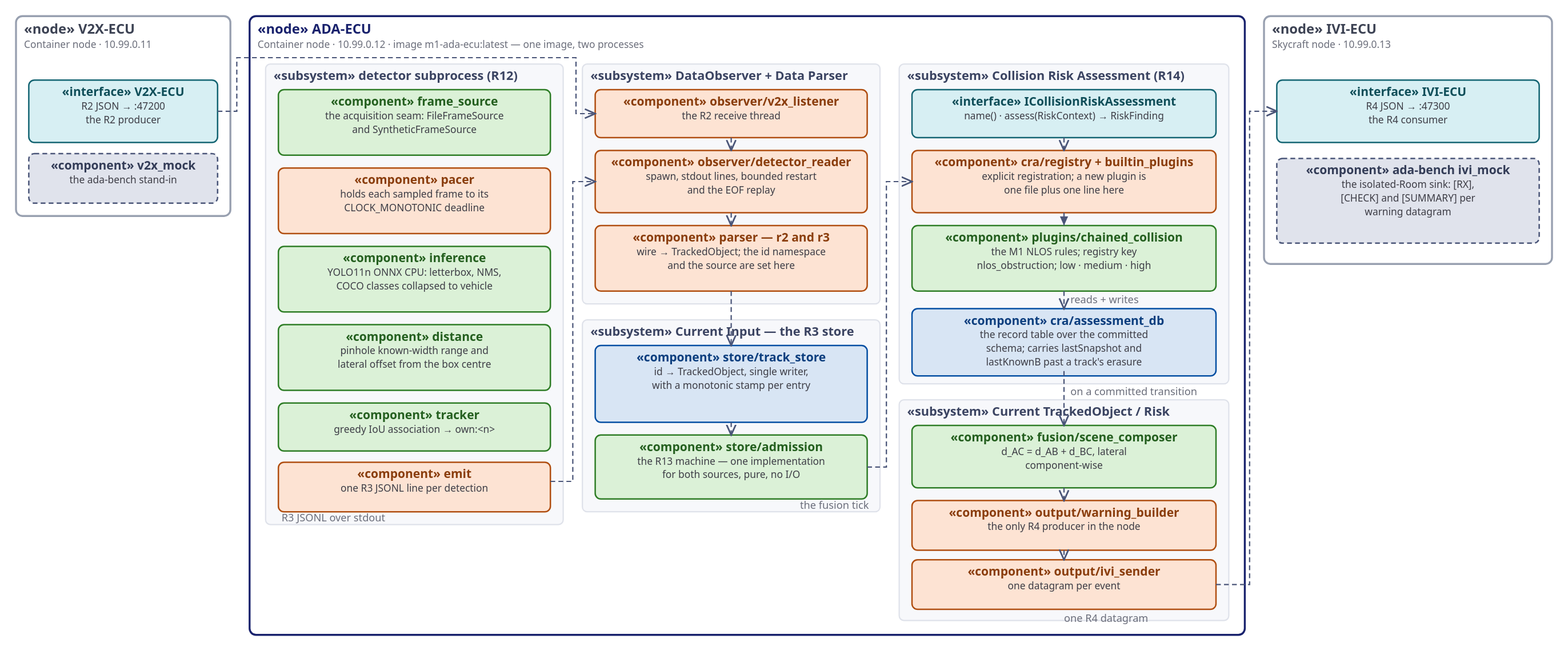
Above: presentation/assets/phase2-4-ada-arch-a.svg in mnpham2101/FPT-Hackathon2026 (draw.io), before the change. Source tidied: cells renumbered, new cells last; positions are measured from the earlier drawing's top-left corner, leaving out a move shared by most shapes.
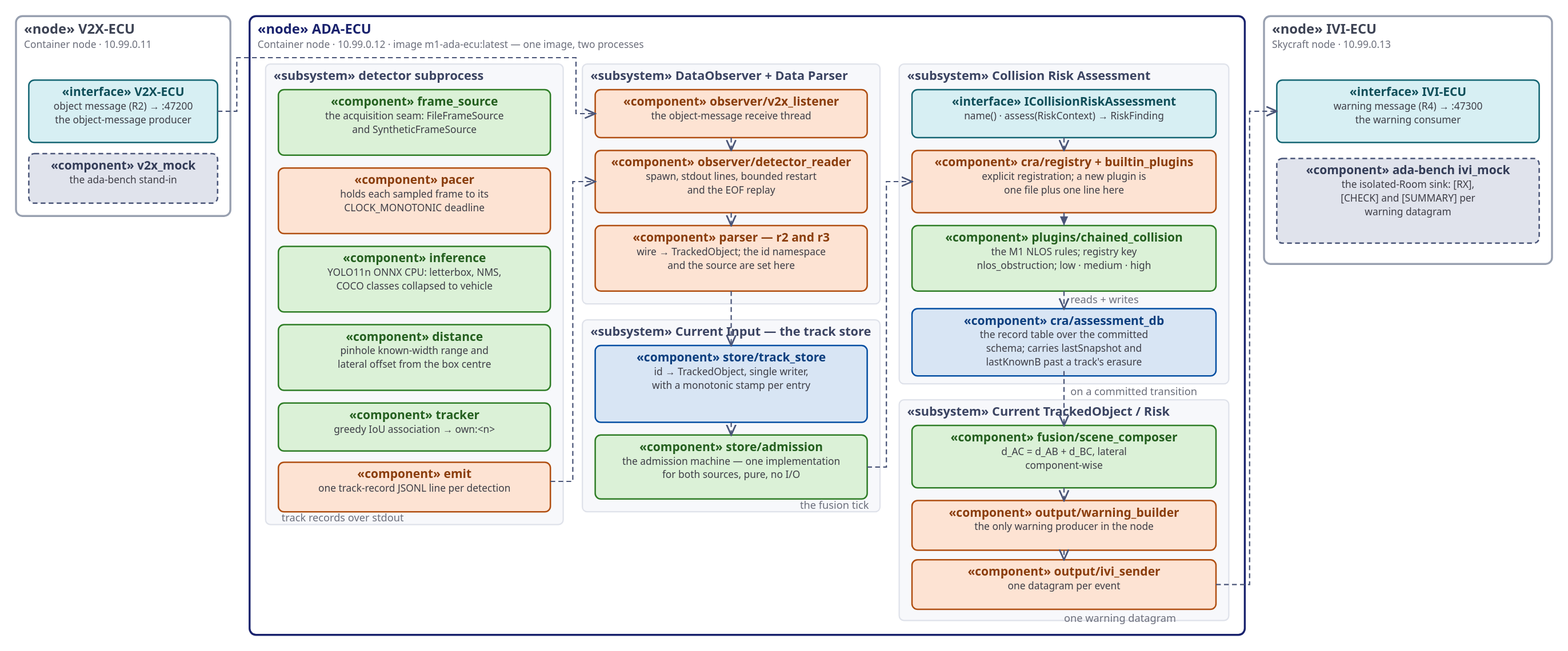
The same file after the commit.

What changed in the source:
```diff
@@ -5,7 +5,7 @@
     <mxCell id="2" value="«node» V2X-ECU&#10;Container node · 10.99.0.11" style="rounded=1;arcSize=2;html=1;fillColor=none;strokeColor=#98a0b0;strokeWidth=2.4;verticalAlign=top;align=left;spacingLeft=10;spacingTop=6;fontSize=17.0;fontStyle=1;fontColor=#3d4354;" parent="1" vertex="1">
       <mxGeometry width="268" height="250" as="geometry" />
     </mxCell>
-    <mxCell id="3" value="«interface» V2X-ECU&#10;R2 JSON → :47200&#10;the R2 producer" style="rounded=1;arcSize=6;html=1;fillColor=#d7eff3;strokeColor=#136472;strokeWidth=1.8;verticalAlign=top;align=center;spacingTop=5;fontSize=15.0;fontStyle=1;fontColor=#0F4E59;" parent="1" vertex="1">
+    <mxCell id="3" value="«interface» V2X-ECU&#10;object message (R2) → :47200&#10;the object-message producer" style="rounded=1;arcSize=6;html=1;fillColor=#d7eff3;strokeColor=#136472;strokeWidth=1.8;verticalAlign=top;align=center;spacingTop=5;fontSize=15.0;fontStyle=1;fontColor=#0F4E59;" parent="1" vertex="1">
       <mxGeometry x="16" y="80" width="236" height="78" as="geometry" />
     </mxCell>
     <mxCell id="4" value="«component» v2x_mock&#10;the ada-bench stand-in" style="rounded=1;arcSize=6;html=1;fillColor=#e0e3ec;strokeColor=#4A5578;strokeWidth=1.8;dashed=1;dashPattern=6 4;verticalAlign=top;align=center;spacingTop=5;fontSize=15.0;fontStyle=1;fontColor=#333C57;" parent="1" vertex="1">
@@ -14,7 +14,7 @@
     <mxCell id="5" value="«node» ADA-ECU&#10;Container node · 10.99.0.12 · image m1-ada-ecu:latest — one image, two processes" style="rounded=1;arcSize=2;html=1;fillColor=none;strokeColor=#19226D;strokeWidth=2.4;verticalAlign=top;align=left;spacingLeft=10;spacingTop=6;fontSize=17.0;fontStyle=1;fontColor=#19226D;" parent="1" vertex="1">
       <mxGeometry x="292" width="1244" height="774" as="geometry" />
     </mxCell>
-    <mxCell id="6" value="«subsystem» detector subprocess (R12)" style="rounded=1;arcSize=3;html=1;fillColor=#f7f8fb;strokeColor=#dfe2ea;strokeWidth=1.6;verticalAlign=top;align=left;spacingLeft=10;spacingTop=5;fontSize=15.5;fontStyle=1;fontColor=#3B4462;" parent="1" vertex="1">
+    <mxCell id="6" value="«subsystem» detector subprocess" style="rounded=1;arcSize=3;html=1;fillColor=#f7f8fb;strokeColor=#dfe2ea;strokeWidth=1.6;verticalAlign=top;align=left;spacingLeft=10;spacingTop=5;fontSize=15.5;fontStyle=1;fontColor=#3B4462;" parent="1" vertex="1">
       <mxGeometry x="312" y="60" width="372" height="576" as="geometry" />
     </mxCell>
     <mxCell id="7" value="«component» frame_source&#10;the acquisition seam: FileFrameSource&#10;and SyntheticFrameSource" style="rounded=1;arcSize=6;html=1;fillColor=#dbf1d7;strokeColor=#2E7D26;strokeWidth=1.8;verticalAlign=top;align=center;spacingTop=5;fontSize=15.0;fontStyle=1;fontColor=#245F1F;" parent="1" vertex="1">
@@ -32,13 +32,13 @@
     <mxCell id="11" value="«component» tracker&#10;greedy IoU association → own:&lt;n&gt;" style="rounded=1;arcSize=6;html=1;fillColor=#dbf1d7;strokeColor=#2E7D26;strokeWidth=1.8;verticalAlign=top;align=center;spacingTop=5;fontSize=15.0;fontStyle=1;fontColor=#245F1F;" parent="1" vertex="1">
       <mxGeometry x="328" y="484" width="340" height="60" as="geometry" />
     </mxCell>
-    <mxCell id="12" value="«component» emit&#10;one R3 JSONL line per detection" style="rounded=1;arcSize=6;html=1;fillColor=#fde3d3;strokeColor=#B04E10;strokeWidth=1.8;verticalAlign=top;align=center;spacingTop=5;fontSize=15.0;fontStyle=1;fontColor=#8A3D0C;" parent="1" vertex="1">
+    <mxCell id="12" value="«component» emit&#10;one track-record JSONL line per detection" style="rounded=1;arcSize=6;html=1;fillColor=#fde3d3;strokeColor=#B04E10;strokeWidth=1.8;verticalAlign=top;align=center;spacingTop=5;fontSize=15.0;fontStyle=1;fontColor=#8A3D0C;" parent="1" vertex="1">
       <mxGeometry x="328" y="558" width="340" height="62" as="geometry" />
     </mxCell>
     <mxCell id="13" value="«subsystem» DataObserver + Data Parser" style="rounded=1;arcSize=3;html=1;fillColor=#f7f8fb;strokeColor=#dfe2ea;strokeWidth=1.6;verticalAlign=top;align=left;spacingLeft=10;spacingTop=5;fontSize=15.5;fontStyle=1;fontColor=#3B4462;" parent="1" vertex="1">
       <mxGeometry x="708" y="60" width="372" height="300" as="geometry" />
     </mxCell>
-    <mxCell id="14" value="«component» observer/v2x_listener&#10;the R2 receive thread" style="rounded=1;arcSize=6;html=1;fillColor=#fde3d3;strokeColor=#B04E10;strokeWidth=1.8;verticalAlign=top;align=center;spacingTop=5;fontSize=15.0;fontStyle=1;fontColor=#8A3D0C;" parent="1" vertex="1">
+    <mxCell id="14" value="«component» observer/v2x_listener&#10;the object-message receive thread" style="rounded=1;arcSize=6;html=1;fillColor=#fde3d3;strokeColor=#B04E10;strokeWidth=1.8;verticalAlign=top;align=center;spacingTop=5;fontSize=15.0;fontStyle=1;fontColor=#8A3D0C;" parent="1" vertex="1">
       <mxGeometry x="724" y="92" width="340" height="60" as="geometry" />
     </mxCell>
     <mxCell id="15" value="«component» observer/detector_reader&#10;spawn, stdout lines, bounded restart&#10;and the EOF replay" style="rounded=1;arcSize=6;html=1;fillColor=#fde3d3;strokeColor=#B04E10;strokeWidth=1.8;verticalAlign=top;align=center;spacingTop=5;fontSize=15.0;fontStyle=1;fontColor=#8A3D0C;" parent="1" vertex="1">
@@ -47,16 +47,16 @@
     <mxCell id="16" value="«component» parser — r2 and r3&#10;wire → TrackedObject; the id namespace&#10;and the source are set here" style="rounded=1;arcSize=6;html=1;fillColor=#fde3d3;strokeColor=#B04E10;strokeWidth=1.8;verticalAlign=top;align=center;spacingTop=5;fontSize=15.0;fontStyle=1;fontColor=#8A3D0C;" parent="1" vertex="1">
       <mxGeometry x="724" y="262" width="340" height="82" as="geometry" />
     </mxCell>
-    <mxCell id="17" value="«subsystem» Current Input — the R3 store" style="rounded=1;arcSize=3;html=1;fillColor=#f7f8fb;strokeColor=#dfe2ea;strokeWidth=1.6;verticalAlign=top;align=left;spacingLeft=10;spacingTop=5;fontSize=15.5;fontStyle=1;fontColor=#3B4462;" parent="1" vertex="1">
+    <mxCell id="17" value="«subsystem» Current Input — the track store" style="rounded=1;arcSize=3;html=1;fillColor=#f7f8fb;strokeColor=#dfe2ea;strokeWidth=1.6;verticalAlign=top;align=left;spacingLeft=10;spacingTop=5;fontSize=15.5;fontStyle=1;fontColor=#3B4462;" parent="1" vertex="1">
       <mxGeometry x="708" y="380" width="372" height="240" as="geometry" />
     </mxCell>
     <mxCell id="18" value="«component» store/track_store&#10;id → TrackedObject, single writer,&#10;with a monotonic stamp per entry" style="rounded=1;arcSize=6;html=1;fillColor=#d8e5f4;strokeColor=#034EA2;strokeWidth=1.8;verticalAlign=top;align=center;spacingTop=5;fontSize=15.0;fontStyle=1;fontColor=#0B3E7E;" parent="1" vertex="1">
       <mxGeometry x="724" y="412" width="340" height="96" as="geometry" />
     </mxCell>
-    <mxCell id="19" value="«component» store/admission&#10;the R13 machine — one implementation&#10;for both sources, pure, no I/O" style="rounded=1;arcSize=6;html=1;fillColor=#dbf1d7;strokeColor=#2E7D26;strokeWidth=1.8;verticalAlign=top;align=center;spacingTop=5;fontSize=15.0;fontStyle=1;fontColor=#245F1F;" parent="1" vertex="1">
+    <mxCell id="19" value="«component» store/admission&#10;the admission machine — one implementation&#10;for both sources, pure, no I/O" style="rounded=1;arcSize=6;html=1;fillColor=#dbf1d7;strokeColor=#2E7D26;strokeWidth=1.8;verticalAlign=top;align=center;spacingTop=5;fontSize=15.0;fontStyle=1;fontColor=#245F1F;" parent="1" vertex="1">
       <mxGeometry x="724" y="524" width="340" height="80" as="geometry" />
     </mxCell>
-    <mxCell id="20" value="«subsystem» Collision Risk Assessment (R14)" style="rounded=1;arcSize=3;html=1;fillColor=#f7f8fb;strokeColor=#dfe2ea;strokeWidth=1.6;verticalAlign=top;align=left;spacingLeft=10;spacingTop=5;fontSize=15.5;fontStyle=1;fontColor=#3B4462;" parent="1" vertex="1">
+    <mxCell id="20" value="«subsystem» Collision Risk Assessment" style="rounded=1;arcSize=3;html=1;fillColor=#f7f8fb;strokeColor=#dfe2ea;strokeWidth=1.6;verticalAlign=top;align=left;spacingLeft=10;spacingTop=5;fontSize=15.5;fontStyle=1;fontColor=#3B4462;" parent="1" vertex="1">
       <mxGeometry x="1104" y="60" width="412" height="400" as="geometry" />
     </mxCell>
     <mxCell id="21" value="«interface» ICollisionRiskAssessment&#10;name() · assess(RiskContext) → RiskFinding" style="rounded=1;arcSize=6;html=1;fillColor=#d7eff3;strokeColor=#136472;strokeWidth=1.8;verticalAlign=top;align=center;spacingTop=5;fontSize=15.0;fontStyle=1;fontColor=#0F4E59;" parent="1" vertex="1">
@@ -77,7 +77,7 @@
     <mxCell id="26" value="«component» fusion/scene_composer&#10;d_AC = d_AB + d_BC, lateral&#10;component-wise" style="rounded=1;arcSize=6;html=1;fillColor=#dbf1d7;strokeColor=#2E7D26;strokeWidth=1.8;verticalAlign=top;align=center;spacingTop=5;fontSize=15.0;fontStyle=1;fontColor=#245F1F;" parent="1" vertex="1">
       <mxGeometry x="1120" y="512" width="380" height="78" as="geometry" />
     </mxCell>
-    <mxCell id="27" value="«component» output/warning_builder&#10;the only R4 producer in the node" style="rounded=1;arcSize=6;html=1;fillColor=#fde3d3;strokeColor=#B04E10;strokeWidth=1.8;verticalAlign=top;align=center;spacingTop=5;fontSize=15.0;fontStyle=1;fontColor=#8A3D0C;" parent="1" vertex="1">
+    <mxCell id="27" value="«component» output/warning_builder&#10;the only warning producer in the node" style="rounded=1;arcSize=6;html=1;fillColor=#fde3d3;strokeColor=#B04E10;strokeWidth=1.8;verticalAlign=top;align=center;spacingTop=5;fontSize=15.0;fontStyle=1;fontColor=#8A3D0C;" parent="1" vertex="1">
       <mxGeometry x="1120" y="606" width="380" height="62" as="geometry" />
     </mxCell>
     <mxCell id="28" value="«component» output/ivi_sender&#10;one datagram per event" style="rounded=1;arcSize=6;html=1;fillColor=#fde3d3;strokeColor=#B04E10;strokeWidth=1.8;verticalAlign=top;align=center;spacingTop=5;fontSize=15.0;fontStyle=1;fontColor=#8A3D0C;" parent="1" vertex="1">
@@ -86,7 +86,7 @@
     <mxCell id="29" value="«node» IVI-ECU&#10;Skycraft node · 10.99.0.13" style="rounded=1;arcSize=2;html=1;fillColor=none;strokeColor=#98a0b0;strokeWidth=2.4;verticalAlign=top;align=left;spacingLeft=10;spacingTop=6;fontSize=17.0;fontStyle=1;fontColor=#3d4354;" parent="1" vertex="1">
       <mxGeometry x="1560" width="360" height="310" as="geometry" />
     </mxCell>
-    <mxCell id="30" value="«interface» IVI-ECU&#10;R4 JSON → :47300&#10;the R4 consumer" style="rounded=1;arcSize=6;html=1;fillColor=#d7eff3;strokeColor=#136472;strokeWidth=1.8;verticalAlign=top;align=center;spacingTop=5;fontSize=15.0;fontStyle=1;fontColor=#0F4E59;" parent="1" vertex="1">
+    <mxCell id="30" value="«interface» IVI-ECU&#10;warning message (R4) → :47300&#10;the warning consumer" style="rounded=1;arcSize=6;html=1;fillColor=#d7eff3;strokeColor=#136472;strokeWidth=1.8;verticalAlign=top;align=center;spacingTop=5;fontSize=15.0;fontStyle=1;fontColor=#0F4E59;" parent="1" vertex="1">
       <mxGeometry x="1576" y="80" width="328" height="78" as="geometry" />
     </mxCell>
     <mxCell id="31" value="«component» ada-bench ivi_mock&#10;the isolated-Room sink: [RX],&#10;[CHECK] and [SUMMARY] per&#10;warning datagram" style="rounded=1;arcSize=6;html=1;fillColor=#e0e3ec;strokeColor=#4A5578;strokeWidth=1.8;dashed=1;dashPattern=6 4;verticalAlign=top;align=center;spacingTop=5;fontSize=15.0;fontStyle=1;fontColor=#333C57;" parent="1" vertex="1">
@@ -114,7 +114,7 @@
         </Array>
       </mxGeometry>
     </mxCell>
-    <mxCell id="34" value="R3 JSONL over stdout" style="text;html=1;align=center;verticalAlign=middle;fontSize=13.0;fontColor=#6b6e7b;" parent="1" vertex="1">
+    <mxCell id="34" value="track records over stdout" style="text;html=1;align=center;verticalAlign=middle;fontSize=13.0;fontColor=#6b6e7b;" parent="1" vertex="1">
       <mxGeometry x="332" y="620" width="146" height="16" as="geometry" />
     </mxCell>
     <mxCell id="35" style="edgeStyle=orthogonalEdgeStyle;rounded=0;html=1;dashed=1;endArrow=open;endFill=0;strokeColor=#4A5578;strokeWidth=1.6;fontSize=13.0;fontColor=#6b6e7b;" parent="1" edge="1">
@@ -206,7 +206,7 @@
         </Array>
       </mxGeometry>
     </mxCell>
-    <mxCell id="50" value="one R4 datagram" style="text;html=1;align=center;verticalAlign=middle;fontSize=13.0;fontColor=#6b6e7b;" parent="1" vertex="1">
+    <mxCell id="50" value="one warning datagram" style="text;html=1;align=center;verticalAlign=middle;fontSize=13.0;fontColor=#6b6e7b;" parent="1" vertex="1">
       <mxGeometry x="1310" y="746" width="111" height="16" as="geometry" />
     </mxCell>
   </root>
```
